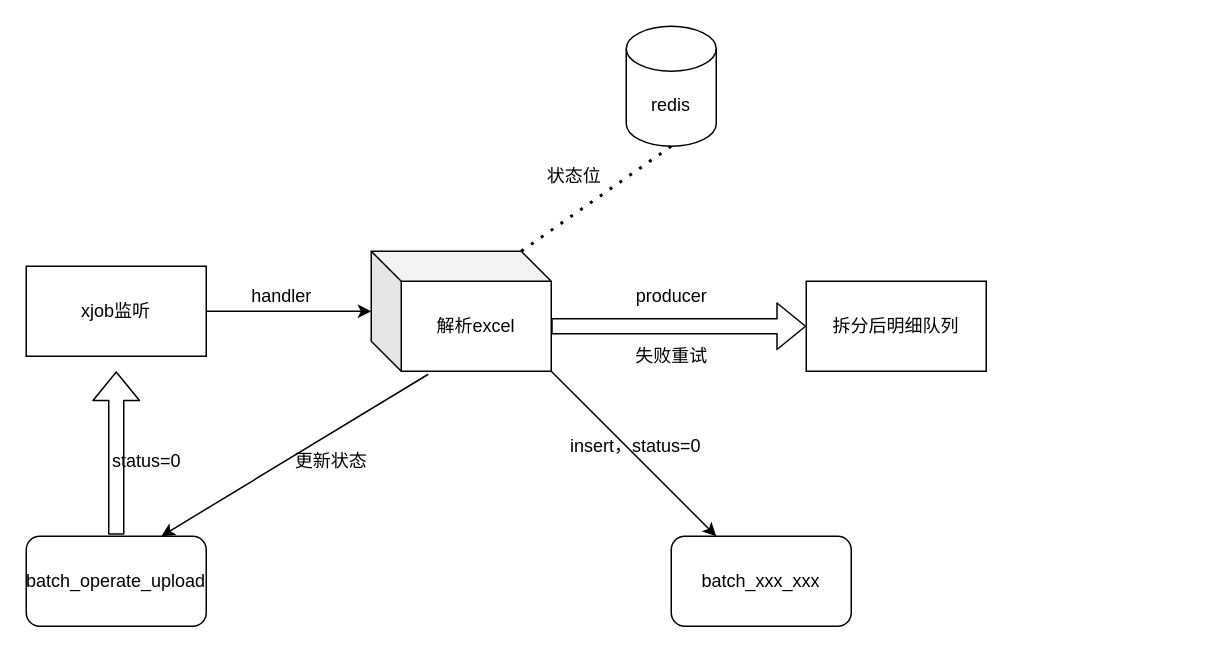
This is batch-producer.drawio from mirai3zZ/mojito, a draw.io file, before an edit. Source tidied: cells renumbered, new cells numbered last; positions are measured from the earlier drawing's top-left corner, leaving out a move shared by most shapes. Both pictures are drawn from the tidied source at 150%, with x=0, y=0 at pixel (26, 26).
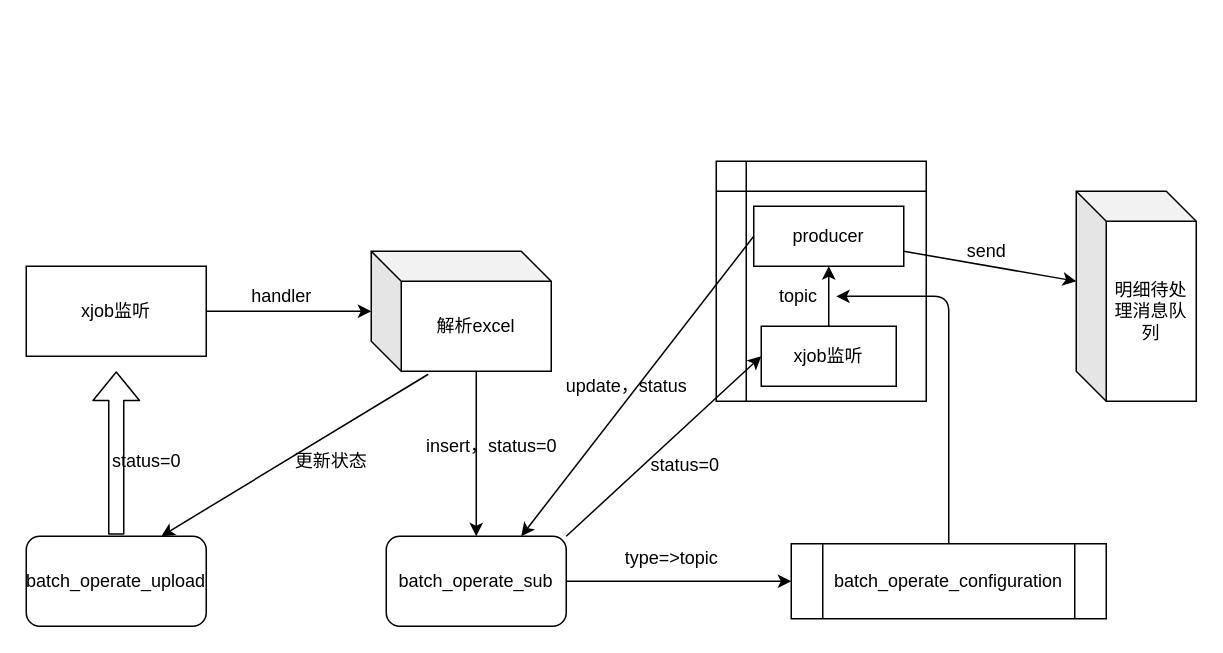
The same diagram, later.

Unchanged cells that the change refers to:
```xml
<mxCell id="2" value="解析excel" style="shape=cube;whiteSpace=wrap;html=1;boundedLbl=1;backgroundOutline=1;darkOpacity=0.05;darkOpacity2=0.1;" parent="1" vertex="1">
  <mxGeometry x="230" y="150" width="120" height="80" as="geometry" />
</mxCell>
```

The edit, as a diff of the source:
```diff
@@
-    <mxCell id="3" value="redis" style="shape=cylinder3;whiteSpace=wrap;html=1;boundedLbl=1;backgroundOutline=1;size=15;" parent="1" vertex="1">
-      <mxGeometry x="400" width="60" height="80" as="geometry" />
-    </mxCell>
-    <mxCell id="4" value="拆分后明细队列" style="rounded=0;whiteSpace=wrap;html=1;" parent="1" vertex="1">
-      <mxGeometry x="520" y="170" width="120" height="60" as="geometry" />
-    </mxCell>
@@
-    <mxCell id="6" value="batch_xxx_xxx" style="rounded=1;whiteSpace=wrap;html=1;" parent="1" vertex="1">
-      <mxGeometry x="430" y="340" width="120" height="60" as="geometry" />
+    <mxCell id="6" value="batch_operate_sub" style="rounded=1;whiteSpace=wrap;html=1;" parent="1" vertex="1">
+      <mxGeometry x="240" y="340" width="120" height="60" as="geometry" />
     </mxCell>
@@
-    <mxCell id="8" style="shape=flexArrow;endArrow=classic;html=1;exitX=0;exitY=0;exitDx=120;exitDy=50;exitPerimeter=0;entryX=0;entryY=0.5;entryDx=0;entryDy=0;" parent="1" edge="1" source="2" target="4">
-      <mxGeometry relative="1" as="geometry" />
-    </mxCell>
-    <mxCell id="9" style="endArrow=classic;html=1;exitX=1;exitY=1;exitDx=0;exitDy=0;exitPerimeter=0;entryX=0.25;entryY=0;entryDx=0;entryDy=0;" parent="1" edge="1" source="2" target="6">
+    <mxCell id="9" style="endArrow=classic;html=1;exitX=0;exitY=0;exitDx=70;exitDy=80;exitPerimeter=0;entryX=0.5;entryY=0;entryDx=0;entryDy=0;" parent="1" edge="1" source="2" target="6">
       <mxGeometry relative="1" as="geometry" />
     </mxCell>
-    <mxCell id="10" style="endArrow=none;dashed=1;html=1;dashPattern=1 3;strokeWidth=2;exitX=0;exitY=0;exitDx=100;exitDy=0;exitPerimeter=0;entryX=0.5;entryY=1;entryDx=0;entryDy=0;entryPerimeter=0;" parent="1" edge="1" source="2" target="3">
-      <mxGeometry relative="1" as="geometry" />
-    </mxCell>
@@
     <mxCell id="16" value="insert，status=0" style="text;html=1;align=center;verticalAlign=middle;" parent="1" vertex="1">
-      <mxGeometry x="356" y="270" width="100" height="20" as="geometry" />
+      <mxGeometry x="260" y="270" width="100" height="20" as="geometry" />
     </mxCell>
+    <mxCell id="18" value="handler" style="text;html=1;align=center;verticalAlign=middle;" parent="1" vertex="1">
+      <mxGeometry x="140" y="170" width="60" height="20" as="geometry" />
+    </mxCell>
+    <mxCell id="21" value="明细待处理消息队列" style="shape=cube;whiteSpace=wrap;html=1;boundedLbl=1;backgroundOutline=1;darkOpacity=0.05;darkOpacity2=0.1;" parent="1" vertex="1">
+      <mxGeometry x="700" y="110" width="80" height="140" as="geometry" />
+    </mxCell>
+    <mxCell id="22" value="batch_operate_configuration" style="shape=process;whiteSpace=wrap;html=1;backgroundOutline=1;" parent="1" vertex="1">
+      <mxGeometry x="510" y="345" width="210" height="50" as="geometry" />
+    </mxCell>
+    <mxCell id="23" value="type=&amp;gt;topic" style="text;html=1;align=center;verticalAlign=middle;" parent="1" vertex="1">
+      <mxGeometry x="390" y="345" width="80" height="20" as="geometry" />
+    </mxCell>
+    <mxCell id="24" style="shape=internalStorage;whiteSpace=wrap;html=1;backgroundOutline=1;" parent="1" vertex="1">
+      <mxGeometry x="460" y="90" width="140" height="160" as="geometry" />
+    </mxCell>
-    <mxCell id="17" value="producer" style="text;html=1;align=center;verticalAlign=middle;points=[];" parent="1" vertex="1">
-      <mxGeometry x="400" y="170" width="60" height="20" as="geometry" />
+    <mxCell id="17" value="&lt;span&gt;producer&lt;/span&gt;" style="rounded=0;whiteSpace=wrap;html=1;" parent="1" vertex="1">
+      <mxGeometry x="485" y="120" width="100" height="40" as="geometry" />
     </mxCell>
-    <mxCell id="18" value="handler" style="text;html=1;align=center;verticalAlign=middle;" parent="1" vertex="1">
-      <mxGeometry x="140" y="170" width="60" height="20" as="geometry" />
-    </mxCell>
-    <mxCell id="19" value="状态位" style="text;html=1;align=center;verticalAlign=middle;" parent="1" vertex="1">
-      <mxGeometry x="340" y="90" width="50" height="20" as="geometry" />
-    </mxCell>
-    <mxCell id="20" value="失败重试" style="text;html=1;align=center;verticalAlign=middle;" parent="1" vertex="1">
-      <mxGeometry x="400" y="210" width="60" height="20" as="geometry" />
-    </mxCell>
+    <mxCell id="25" value="xjob监听" style="rounded=0;whiteSpace=wrap;html=1;" parent="1" vertex="1">
+      <mxGeometry x="490" y="200" width="90" height="40" as="geometry" />
+    </mxCell>
+    <mxCell id="26" style="endArrow=classic;html=1;exitX=0.5;exitY=0;exitDx=0;exitDy=0;" parent="1" edge="1" source="25" target="17">
+      <mxGeometry relative="1" as="geometry" />
+    </mxCell>
+    <mxCell id="27" value="topic" style="text;html=1;strokeColor=none;fillColor=none;align=center;verticalAlign=middle;whiteSpace=wrap;rounded=0;" parent="1" vertex="1">
+      <mxGeometry x="495" y="170" width="40" height="20" as="geometry" />
+    </mxCell>
+    <mxCell id="28" style="endArrow=classic;html=1;exitX=1;exitY=0.5;exitDx=0;exitDy=0;entryX=0;entryY=0.5;entryDx=0;entryDy=0;" parent="1" edge="1" source="6" target="22">
+      <mxGeometry relative="1" as="geometry" />
+    </mxCell>
+    <mxCell id="29" style="endArrow=classic;html=1;exitX=0.5;exitY=0;exitDx=0;exitDy=0;entryX=0.571;entryY=0.563;entryDx=0;entryDy=0;entryPerimeter=0;" parent="1" edge="1" source="22" target="24">
+      <mxGeometry relative="1" as="geometry">
+        <Array as="points">
+          <mxPoint x="615" y="180" />
+        </Array>
+      </mxGeometry>
+    </mxCell>
+    <mxCell id="30" style="endArrow=classic;html=1;strokeWidth=1;entryX=0;entryY=0.5;entryDx=0;entryDy=0;exitX=1;exitY=0;exitDx=0;exitDy=0;" parent="1" edge="1" source="6" target="25">
+      <mxGeometry relative="1" as="geometry" />
+    </mxCell>
+    <mxCell id="31" style="endArrow=classic;html=1;strokeWidth=1;exitX=1;exitY=0.75;exitDx=0;exitDy=0;entryX=0;entryY=0;entryDx=0;entryDy=60;entryPerimeter=0;" parent="1" edge="1" source="17" target="21">
+      <mxGeometry relative="1" as="geometry" />
+    </mxCell>
+    <mxCell id="32" style="endArrow=classic;html=1;strokeWidth=1;exitX=0;exitY=0.5;exitDx=0;exitDy=0;entryX=0.75;entryY=0;entryDx=0;entryDy=0;" parent="1" edge="1" source="17" target="6">
+      <mxGeometry relative="1" as="geometry" />
+    </mxCell>
+    <mxCell id="33" value="update，status" style="text;html=1;align=center;verticalAlign=middle;" parent="1" vertex="1">
+      <mxGeometry x="350" y="230" width="100" height="20" as="geometry" />
+    </mxCell>
+    <mxCell id="34" value="status=0" style="text;html=1;align=center;verticalAlign=middle;" parent="1" vertex="1">
+      <mxGeometry x="409" y="283" width="60" height="20" as="geometry" />
+    </mxCell>
+    <mxCell id="35" value="send" style="text;html=1;align=center;verticalAlign=middle;" parent="1" vertex="1">
+      <mxGeometry x="620" y="140" width="40" height="20" as="geometry" />
+    </mxCell>
```
